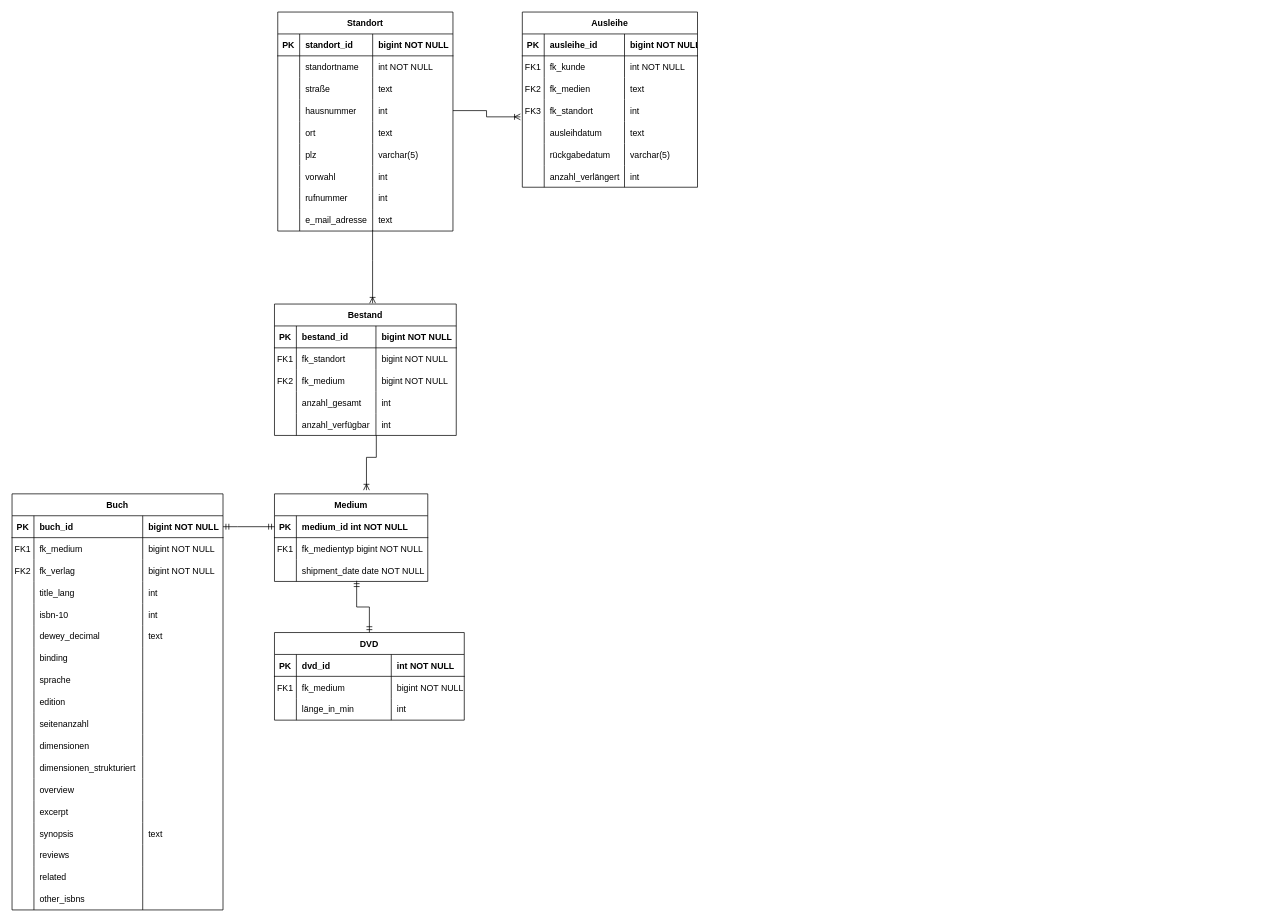
Above: ERM_Bibliotheksverwaltung.drawio in typhooncode-library-administration/1.organization-documentation-wiki (draw.io), before the change. Source tidied: cells renumbered, new cells numbered last; positions are measured from the earlier drawing's top-left corner, leaving out a move shared by most shapes. Both pictures are drawn from the tidied source at 73%, with x=0, y=0 at pixel (12, 12).
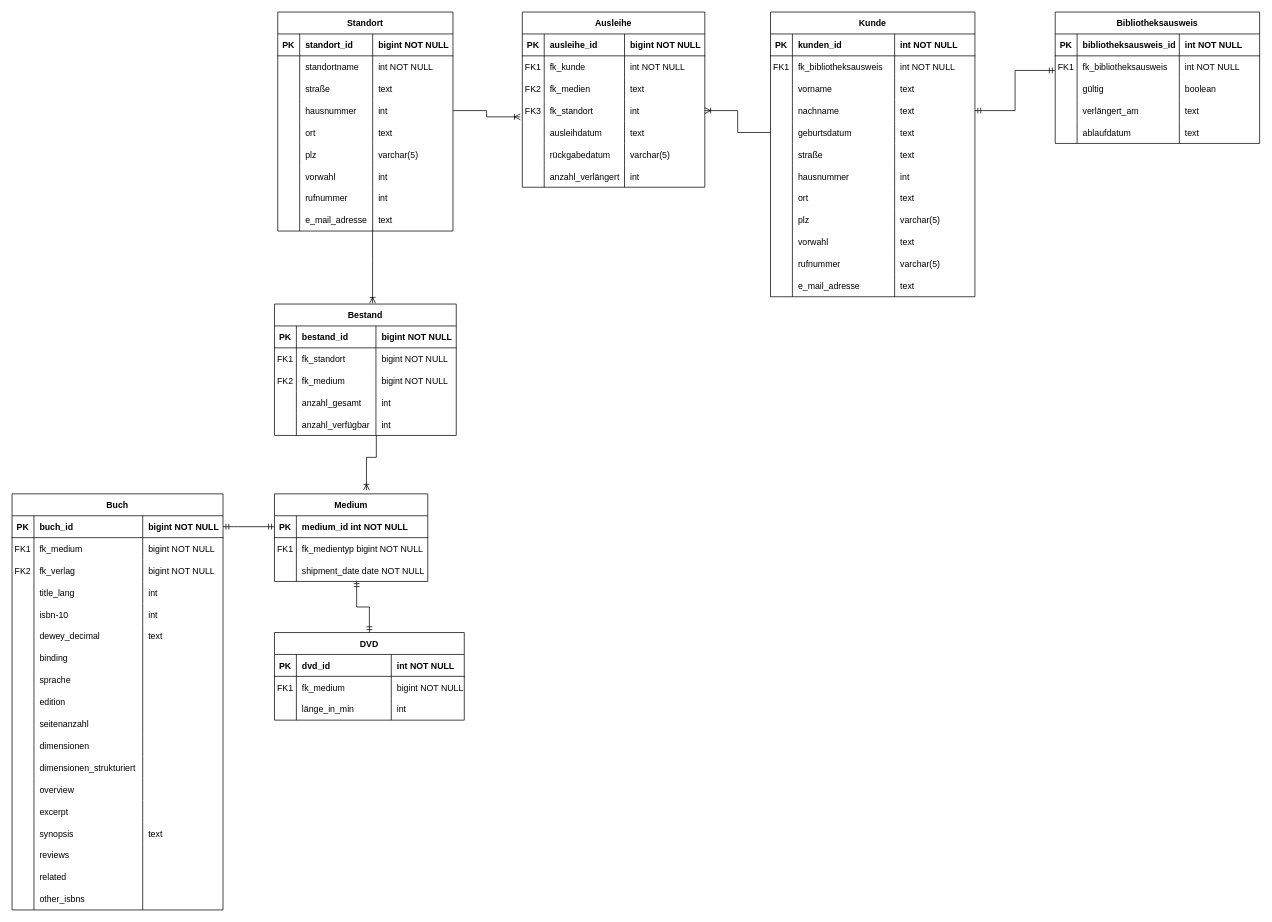
The same diagram, later.

The edit, as a diff of the source:
```diff
@@
     <mxCell id="160" value="Ausleihe" style="shape=table;startSize=30;childLayout=tableLayout;rowLines=0;fontStyle=1;align=center;" parent="1" vertex="1">
-      <mxGeometry x="699" width="240" height="240" as="geometry" />
+      <mxGeometry x="699" width="250" height="240" as="geometry" />
     </mxCell>
     <mxCell id="161" style="shape=partialRectangle;fillColor=none;top=0;left=0;right=0;bottom=1;" parent="160" vertex="1">
-      <mxGeometry y="30" width="240" height="30" as="geometry" />
+      <mxGeometry y="30" width="250" height="30" as="geometry" />
     </mxCell>
@@
     <mxCell id="164" value="bigint NOT NULL" style="shape=partialRectangle;overflow=hidden;fillColor=none;top=0;left=0;bottom=0;right=0;align=left;spacingLeft=6;fontStyle=1;" parent="161" vertex="1">
-      <mxGeometry x="140" width="100" height="30" as="geometry" />
+      <mxGeometry x="140" width="110" height="30" as="geometry" />
     </mxCell>
     <mxCell id="165" style="shape=partialRectangle;fillColor=none;top=0;left=0;right=0;bottom=0;" parent="160" vertex="1">
-      <mxGeometry y="60" width="240" height="30" as="geometry" />
+      <mxGeometry y="60" width="250" height="30" as="geometry" />
     </mxCell>
@@
     <mxCell id="168" value="int NOT NULL" style="shape=partialRectangle;overflow=hidden;fillColor=none;top=0;left=0;bottom=0;right=0;align=left;spacingLeft=6;" parent="165" vertex="1">
-      <mxGeometry x="140" width="100" height="30" as="geometry" />
+      <mxGeometry x="140" width="110" height="30" as="geometry" />
     </mxCell>
     <mxCell id="169" style="shape=partialRectangle;fillColor=none;top=0;left=0;right=0;bottom=0;" parent="160" vertex="1">
-      <mxGeometry y="90" width="240" height="30" as="geometry" />
+      <mxGeometry y="90" width="250" height="30" as="geometry" />
     </mxCell>
@@
     <mxCell id="172" value="text" style="shape=partialRectangle;overflow=hidden;fillColor=none;top=0;left=0;bottom=0;right=0;align=left;spacingLeft=6;" parent="169" vertex="1">
-      <mxGeometry x="140" width="100" height="30" as="geometry" />
+      <mxGeometry x="140" width="110" height="30" as="geometry" />
     </mxCell>
     <mxCell id="173" style="shape=partialRectangle;fillColor=none;points=[[0,0.5],[1,0.5]];portConstraint=eastwest;top=0;left=0;right=0;bottom=0;" parent="160" vertex="1">
-      <mxGeometry y="120" width="240" height="30" as="geometry" />
+      <mxGeometry y="120" width="250" height="30" as="geometry" />
     </mxCell>
@@
     <mxCell id="176" value="int" style="shape=partialRectangle;overflow=hidden;fillColor=none;top=0;left=0;bottom=0;right=0;align=left;spacingLeft=6;" parent="173" vertex="1">
-      <mxGeometry x="140" width="100" height="30" as="geometry" />
+      <mxGeometry x="140" width="110" height="30" as="geometry" />
     </mxCell>
     <mxCell id="177" style="shape=partialRectangle;fillColor=none;top=0;left=0;right=0;bottom=0;" parent="160" vertex="1">
-      <mxGeometry y="150" width="240" height="30" as="geometry" />
+      <mxGeometry y="150" width="250" height="30" as="geometry" />
     </mxCell>
@@
     <mxCell id="180" value="text" style="shape=partialRectangle;overflow=hidden;fillColor=none;top=0;left=0;bottom=0;right=0;align=left;spacingLeft=6;" parent="177" vertex="1">
-      <mxGeometry x="140" width="100" height="30" as="geometry" />
+      <mxGeometry x="140" width="110" height="30" as="geometry" />
     </mxCell>
     <mxCell id="181" style="shape=partialRectangle;fillColor=none;top=0;left=0;right=0;bottom=0;" parent="160" vertex="1">
-      <mxGeometry y="180" width="240" height="30" as="geometry" />
+      <mxGeometry y="180" width="250" height="30" as="geometry" />
     </mxCell>
@@
     <mxCell id="184" value="varchar(5)" style="shape=partialRectangle;overflow=hidden;fillColor=none;top=0;left=0;bottom=0;right=0;align=left;spacingLeft=6;" parent="181" vertex="1">
-      <mxGeometry x="140" width="100" height="30" as="geometry" />
+      <mxGeometry x="140" width="110" height="30" as="geometry" />
     </mxCell>
     <mxCell id="185" style="shape=partialRectangle;fillColor=none;top=0;left=0;right=0;bottom=0;" parent="160" vertex="1">
-      <mxGeometry y="210" width="240" height="30" as="geometry" />
+      <mxGeometry y="210" width="250" height="30" as="geometry" />
     </mxCell>
@@
     <mxCell id="188" value="int" style="shape=partialRectangle;overflow=hidden;fillColor=none;top=0;left=0;bottom=0;right=0;align=left;spacingLeft=6;" parent="185" vertex="1">
-      <mxGeometry x="140" width="100" height="30" as="geometry" />
+      <mxGeometry x="140" width="110" height="30" as="geometry" />
     </mxCell>
@@
+    <mxCell id="190" value="Kunde" style="shape=table;startSize=30;childLayout=tableLayout;rowLines=0;fontStyle=1;align=center;" parent="1" vertex="1">
+      <mxGeometry x="1039" width="280" height="390" as="geometry" />
+    </mxCell>
+    <mxCell id="191" style="shape=partialRectangle;fillColor=none;top=0;left=0;right=0;bottom=1;" parent="190" vertex="1">
+      <mxGeometry y="30" width="280" height="30" as="geometry" />
+    </mxCell>
+    <mxCell id="192" value="PK" style="shape=partialRectangle;overflow=hidden;fillColor=none;top=0;left=0;bottom=0;right=0;fontStyle=1;" parent="191" vertex="1">
+      <mxGeometry width="30" height="30" as="geometry" />
+    </mxCell>
+    <mxCell id="193" value="kunden_id" style="shape=partialRectangle;overflow=hidden;fillColor=none;top=0;left=0;bottom=0;right=0;align=left;spacingLeft=6;fontStyle=1;" parent="191" vertex="1">
+      <mxGeometry x="30" width="140" height="30" as="geometry" />
+    </mxCell>
+    <mxCell id="194" value="int NOT NULL" style="shape=partialRectangle;overflow=hidden;fillColor=none;top=0;left=0;bottom=0;right=0;align=left;spacingLeft=6;fontStyle=1;" parent="191" vertex="1">
+      <mxGeometry x="170" width="110" height="30" as="geometry" />
+    </mxCell>
+    <mxCell id="195" style="shape=partialRectangle;fillColor=none;top=0;left=0;right=0;bottom=0;" parent="190" vertex="1">
+      <mxGeometry y="60" width="280" height="30" as="geometry" />
+    </mxCell>
+    <mxCell id="196" value="FK1" style="shape=partialRectangle;overflow=hidden;fillColor=none;top=0;left=0;bottom=0;right=0;" parent="195" vertex="1">
+      <mxGeometry width="30" height="30" as="geometry" />
+    </mxCell>
+    <mxCell id="197" value="fk_bibliotheksausweis" style="shape=partialRectangle;overflow=hidden;fillColor=none;top=0;left=0;bottom=0;right=0;align=left;spacingLeft=6;" parent="195" vertex="1">
+      <mxGeometry x="30" width="140" height="30" as="geometry" />
+    </mxCell>
+    <mxCell id="198" value="int NOT NULL" style="shape=partialRectangle;overflow=hidden;fillColor=none;top=0;left=0;bottom=0;right=0;align=left;spacingLeft=6;" parent="195" vertex="1">
+      <mxGeometry x="170" width="110" height="30" as="geometry" />
+    </mxCell>
+    <mxCell id="199" style="shape=partialRectangle;fillColor=none;top=0;left=0;right=0;bottom=0;" parent="190" vertex="1">
+      <mxGeometry y="90" width="280" height="30" as="geometry" />
+    </mxCell>
+    <mxCell id="200" style="shape=partialRectangle;overflow=hidden;fillColor=none;top=0;left=0;bottom=0;right=0;" parent="199" vertex="1">
+      <mxGeometry width="30" height="30" as="geometry" />
+    </mxCell>
+    <mxCell id="201" value="vorname" style="shape=partialRectangle;overflow=hidden;fillColor=none;top=0;left=0;bottom=0;right=0;align=left;spacingLeft=6;" parent="199" vertex="1">
+      <mxGeometry x="30" width="140" height="30" as="geometry" />
+    </mxCell>
+    <mxCell id="202" value="text" style="shape=partialRectangle;overflow=hidden;fillColor=none;top=0;left=0;bottom=0;right=0;align=left;spacingLeft=6;" parent="199" vertex="1">
+      <mxGeometry x="170" width="110" height="30" as="geometry" />
+    </mxCell>
+    <mxCell id="203" style="shape=partialRectangle;fillColor=none;points=[[0,0.5],[1,0.5]];portConstraint=eastwest;top=0;left=0;right=0;bottom=0;" parent="190" vertex="1">
+      <mxGeometry y="120" width="280" height="30" as="geometry" />
+    </mxCell>
+    <mxCell id="204" style="shape=partialRectangle;overflow=hidden;fillColor=none;top=0;left=0;bottom=0;right=0;" parent="203" vertex="1">
+      <mxGeometry width="30" height="30" as="geometry" />
+    </mxCell>
+    <mxCell id="205" value="nachname" style="shape=partialRectangle;overflow=hidden;fillColor=none;top=0;left=0;bottom=0;right=0;align=left;spacingLeft=6;" parent="203" vertex="1">
+      <mxGeometry x="30" width="140" height="30" as="geometry" />
+    </mxCell>
+    <mxCell id="206" value="text" style="shape=partialRectangle;overflow=hidden;fillColor=none;top=0;left=0;bottom=0;right=0;align=left;spacingLeft=6;" parent="203" vertex="1">
+      <mxGeometry x="170" width="110" height="30" as="geometry" />
+    </mxCell>
+    <mxCell id="207" style="shape=partialRectangle;fillColor=none;points=[[0,0.5],[1,0.5]];portConstraint=eastwest;top=0;left=0;right=0;bottom=0;" parent="190" vertex="1">
+      <mxGeometry y="150" width="280" height="30" as="geometry" />
+    </mxCell>
+    <mxCell id="208" style="shape=partialRectangle;overflow=hidden;fillColor=none;top=0;left=0;bottom=0;right=0;" parent="207" vertex="1">
+      <mxGeometry width="30" height="30" as="geometry" />
+    </mxCell>
+    <mxCell id="209" value="geburtsdatum" style="shape=partialRectangle;overflow=hidden;fillColor=none;top=0;left=0;bottom=0;right=0;align=left;spacingLeft=6;" parent="207" vertex="1">
+      <mxGeometry x="30" width="140" height="30" as="geometry" />
+    </mxCell>
+    <mxCell id="210" value="text" style="shape=partialRectangle;overflow=hidden;fillColor=none;top=0;left=0;bottom=0;right=0;align=left;spacingLeft=6;" parent="207" vertex="1">
+      <mxGeometry x="170" width="110" height="30" as="geometry" />
+    </mxCell>
+    <mxCell id="211" style="shape=partialRectangle;fillColor=none;top=0;left=0;right=0;bottom=0;" parent="190" vertex="1">
+      <mxGeometry y="180" width="280" height="30" as="geometry" />
+    </mxCell>
+    <mxCell id="212" style="shape=partialRectangle;overflow=hidden;fillColor=none;top=0;left=0;bottom=0;right=0;" parent="211" vertex="1">
+      <mxGeometry width="30" height="30" as="geometry" />
+    </mxCell>
+    <mxCell id="213" value="straße" style="shape=partialRectangle;overflow=hidden;fillColor=none;top=0;left=0;bottom=0;right=0;align=left;spacingLeft=6;" parent="211" vertex="1">
+      <mxGeometry x="30" width="140" height="30" as="geometry" />
+    </mxCell>
+    <mxCell id="214" value="text" style="shape=partialRectangle;overflow=hidden;fillColor=none;top=0;left=0;bottom=0;right=0;align=left;spacingLeft=6;" parent="211" vertex="1">
+      <mxGeometry x="170" width="110" height="30" as="geometry" />
+    </mxCell>
+    <mxCell id="215" style="shape=partialRectangle;fillColor=none;top=0;left=0;right=0;bottom=0;" parent="190" vertex="1">
+      <mxGeometry y="210" width="280" height="30" as="geometry" />
+    </mxCell>
+    <mxCell id="216" style="shape=partialRectangle;overflow=hidden;fillColor=none;top=0;left=0;bottom=0;right=0;" parent="215" vertex="1">
+      <mxGeometry width="30" height="30" as="geometry" />
+    </mxCell>
+    <mxCell id="217" value="hausnummer" style="shape=partialRectangle;overflow=hidden;fillColor=none;top=0;left=0;bottom=0;right=0;align=left;spacingLeft=6;" parent="215" vertex="1">
+      <mxGeometry x="30" width="140" height="30" as="geometry" />
+    </mxCell>
+    <mxCell id="218" value="int" style="shape=partialRectangle;overflow=hidden;fillColor=none;top=0;left=0;bottom=0;right=0;align=left;spacingLeft=6;" parent="215" vertex="1">
+      <mxGeometry x="170" width="110" height="30" as="geometry" />
+    </mxCell>
+    <mxCell id="219" style="shape=partialRectangle;fillColor=none;top=0;left=0;right=0;bottom=0;" parent="190" vertex="1">
+      <mxGeometry y="240" width="280" height="30" as="geometry" />
+    </mxCell>
+    <mxCell id="220" style="shape=partialRectangle;overflow=hidden;fillColor=none;top=0;left=0;bottom=0;right=0;" parent="219" vertex="1">
+      <mxGeometry width="30" height="30" as="geometry" />
+    </mxCell>
+    <mxCell id="221" value="ort" style="shape=partialRectangle;overflow=hidden;fillColor=none;top=0;left=0;bottom=0;right=0;align=left;spacingLeft=6;" parent="219" vertex="1">
+      <mxGeometry x="30" width="140" height="30" as="geometry" />
+    </mxCell>
+    <mxCell id="222" value="text" style="shape=partialRectangle;overflow=hidden;fillColor=none;top=0;left=0;bottom=0;right=0;align=left;spacingLeft=6;" parent="219" vertex="1">
+      <mxGeometry x="170" width="110" height="30" as="geometry" />
+    </mxCell>
+    <mxCell id="223" style="shape=partialRectangle;fillColor=none;top=0;left=0;right=0;bottom=0;" parent="190" vertex="1">
+      <mxGeometry y="270" width="280" height="30" as="geometry" />
+    </mxCell>
+    <mxCell id="224" style="shape=partialRectangle;overflow=hidden;fillColor=none;top=0;left=0;bottom=0;right=0;" parent="223" vertex="1">
+      <mxGeometry width="30" height="30" as="geometry" />
+    </mxCell>
+    <mxCell id="225" value="plz" style="shape=partialRectangle;overflow=hidden;fillColor=none;top=0;left=0;bottom=0;right=0;align=left;spacingLeft=6;" parent="223" vertex="1">
+      <mxGeometry x="30" width="140" height="30" as="geometry" />
+    </mxCell>
+    <mxCell id="226" value="varchar(5)" style="shape=partialRectangle;overflow=hidden;fillColor=none;top=0;left=0;bottom=0;right=0;align=left;spacingLeft=6;" parent="223" vertex="1">
+      <mxGeometry x="170" width="110" height="30" as="geometry" />
+    </mxCell>
+    <mxCell id="227" style="shape=partialRectangle;fillColor=none;top=0;left=0;right=0;bottom=0;" parent="190" vertex="1">
+      <mxGeometry y="300" width="280" height="30" as="geometry" />
+    </mxCell>
+    <mxCell id="228" style="shape=partialRectangle;overflow=hidden;fillColor=none;top=0;left=0;bottom=0;right=0;" parent="227" vertex="1">
+      <mxGeometry width="30" height="30" as="geometry" />
+    </mxCell>
+    <mxCell id="229" value="vorwahl" style="shape=partialRectangle;overflow=hidden;fillColor=none;top=0;left=0;bottom=0;right=0;align=left;spacingLeft=6;" parent="227" vertex="1">
+      <mxGeometry x="30" width="140" height="30" as="geometry" />
+    </mxCell>
+    <mxCell id="230" value="text" style="shape=partialRectangle;overflow=hidden;fillColor=none;top=0;left=0;bottom=0;right=0;align=left;spacingLeft=6;" parent="227" vertex="1">
+      <mxGeometry x="170" width="110" height="30" as="geometry" />
+    </mxCell>
+    <mxCell id="231" style="shape=partialRectangle;fillColor=none;top=0;left=0;right=0;bottom=0;" parent="190" vertex="1">
+      <mxGeometry y="330" width="280" height="30" as="geometry" />
+    </mxCell>
+    <mxCell id="232" style="shape=partialRectangle;overflow=hidden;fillColor=none;top=0;left=0;bottom=0;right=0;" parent="231" vertex="1">
+      <mxGeometry width="30" height="30" as="geometry" />
+    </mxCell>
+    <mxCell id="233" value="rufnummer" style="shape=partialRectangle;overflow=hidden;fillColor=none;top=0;left=0;bottom=0;right=0;align=left;spacingLeft=6;" parent="231" vertex="1">
+      <mxGeometry x="30" width="140" height="30" as="geometry" />
+    </mxCell>
+    <mxCell id="234" value="varchar(5)" style="shape=partialRectangle;overflow=hidden;fillColor=none;top=0;left=0;bottom=0;right=0;align=left;spacingLeft=6;" parent="231" vertex="1">
+      <mxGeometry x="170" width="110" height="30" as="geometry" />
+    </mxCell>
+    <mxCell id="235" style="shape=partialRectangle;fillColor=none;top=0;left=0;right=0;bottom=0;" parent="190" vertex="1">
+      <mxGeometry y="360" width="280" height="30" as="geometry" />
+    </mxCell>
+    <mxCell id="236" style="shape=partialRectangle;overflow=hidden;fillColor=none;top=0;left=0;bottom=0;right=0;" parent="235" vertex="1">
+      <mxGeometry width="30" height="30" as="geometry" />
+    </mxCell>
+    <mxCell id="237" value="e_mail_adresse" style="shape=partialRectangle;overflow=hidden;fillColor=none;top=0;left=0;bottom=0;right=0;align=left;spacingLeft=6;" parent="235" vertex="1">
+      <mxGeometry x="30" width="140" height="30" as="geometry" />
+    </mxCell>
+    <mxCell id="238" value="text" style="shape=partialRectangle;overflow=hidden;fillColor=none;top=0;left=0;bottom=0;right=0;align=left;spacingLeft=6;" parent="235" vertex="1">
+      <mxGeometry x="170" width="110" height="30" as="geometry" />
+    </mxCell>
+    <mxCell id="239" style="edgeStyle=elbowEdgeStyle;fontSize=12;html=1;endArrow=none;rounded=0;exitX=1;exitY=0.5;exitDx=0;exitDy=0;startArrow=ERoneToMany;startFill=0;endFill=0;" parent="1" edge="1" source="173" target="207">
+      <mxGeometry relative="1" as="geometry" />
+    </mxCell>
+    <mxCell id="240" value="Bibliotheksausweis" style="shape=table;startSize=30;childLayout=tableLayout;rowLines=0;fontStyle=1;align=center;" parent="1" vertex="1">
+      <mxGeometry x="1429" width="280" height="180" as="geometry" />
+    </mxCell>
+    <mxCell id="241" style="shape=partialRectangle;fillColor=none;top=0;left=0;right=0;bottom=1;" parent="240" vertex="1">
+      <mxGeometry y="30" width="280" height="30" as="geometry" />
+    </mxCell>
+    <mxCell id="242" value="PK" style="shape=partialRectangle;overflow=hidden;fillColor=none;top=0;left=0;bottom=0;right=0;fontStyle=1;" parent="241" vertex="1">
+      <mxGeometry width="30" height="30" as="geometry" />
+    </mxCell>
+    <mxCell id="243" value="bibliotheksausweis_id" style="shape=partialRectangle;overflow=hidden;fillColor=none;top=0;left=0;bottom=0;right=0;align=left;spacingLeft=6;fontStyle=1;" parent="241" vertex="1">
+      <mxGeometry x="30" width="140" height="30" as="geometry" />
+    </mxCell>
+    <mxCell id="244" value="int NOT NULL" style="shape=partialRectangle;overflow=hidden;fillColor=none;top=0;left=0;bottom=0;right=0;align=left;spacingLeft=6;fontStyle=1;" parent="241" vertex="1">
+      <mxGeometry x="170" width="110" height="30" as="geometry" />
+    </mxCell>
+    <mxCell id="245" style="shape=partialRectangle;fillColor=none;top=0;left=0;right=0;bottom=0;" parent="240" vertex="1">
+      <mxGeometry y="60" width="280" height="30" as="geometry" />
+    </mxCell>
+    <mxCell id="246" value="FK1" style="shape=partialRectangle;overflow=hidden;fillColor=none;top=0;left=0;bottom=0;right=0;" parent="245" vertex="1">
+      <mxGeometry width="30" height="30" as="geometry" />
+    </mxCell>
+    <mxCell id="247" value="fk_bibliotheksausweis" style="shape=partialRectangle;overflow=hidden;fillColor=none;top=0;left=0;bottom=0;right=0;align=left;spacingLeft=6;" parent="245" vertex="1">
+      <mxGeometry x="30" width="140" height="30" as="geometry" />
+    </mxCell>
+    <mxCell id="248" value="int NOT NULL" style="shape=partialRectangle;overflow=hidden;fillColor=none;top=0;left=0;bottom=0;right=0;align=left;spacingLeft=6;" parent="245" vertex="1">
+      <mxGeometry x="170" width="110" height="30" as="geometry" />
+    </mxCell>
+    <mxCell id="249" style="shape=partialRectangle;fillColor=none;top=0;left=0;right=0;bottom=0;" parent="240" vertex="1">
+      <mxGeometry y="90" width="280" height="30" as="geometry" />
+    </mxCell>
+    <mxCell id="250" style="shape=partialRectangle;overflow=hidden;fillColor=none;top=0;left=0;bottom=0;right=0;" parent="249" vertex="1">
+      <mxGeometry width="30" height="30" as="geometry" />
+    </mxCell>
+    <mxCell id="251" value="gültig" style="shape=partialRectangle;overflow=hidden;fillColor=none;top=0;left=0;bottom=0;right=0;align=left;spacingLeft=6;" parent="249" vertex="1">
+      <mxGeometry x="30" width="140" height="30" as="geometry" />
+    </mxCell>
+    <mxCell id="252" value="boolean" style="shape=partialRectangle;overflow=hidden;fillColor=none;top=0;left=0;bottom=0;right=0;align=left;spacingLeft=6;" parent="249" vertex="1">
+      <mxGeometry x="170" width="110" height="30" as="geometry" />
+    </mxCell>
+    <mxCell id="253" style="shape=partialRectangle;fillColor=none;top=0;left=0;right=0;bottom=0;" parent="240" vertex="1">
+      <mxGeometry y="120" width="280" height="30" as="geometry" />
+    </mxCell>
+    <mxCell id="254" style="shape=partialRectangle;overflow=hidden;fillColor=none;top=0;left=0;bottom=0;right=0;" parent="253" vertex="1">
+      <mxGeometry width="30" height="30" as="geometry" />
+    </mxCell>
+    <mxCell id="255" value="verlängert_am" style="shape=partialRectangle;overflow=hidden;fillColor=none;top=0;left=0;bottom=0;right=0;align=left;spacingLeft=6;" parent="253" vertex="1">
+      <mxGeometry x="30" width="140" height="30" as="geometry" />
+    </mxCell>
+    <mxCell id="256" value="text" style="shape=partialRectangle;overflow=hidden;fillColor=none;top=0;left=0;bottom=0;right=0;align=left;spacingLeft=6;" parent="253" vertex="1">
+      <mxGeometry x="170" width="110" height="30" as="geometry" />
+    </mxCell>
+    <mxCell id="257" style="shape=partialRectangle;fillColor=none;top=0;left=0;right=0;bottom=0;" parent="240" vertex="1">
+      <mxGeometry y="150" width="280" height="30" as="geometry" />
+    </mxCell>
+    <mxCell id="258" style="shape=partialRectangle;overflow=hidden;fillColor=none;top=0;left=0;bottom=0;right=0;" parent="257" vertex="1">
+      <mxGeometry width="30" height="30" as="geometry" />
+    </mxCell>
+    <mxCell id="259" value="ablaufdatum" style="shape=partialRectangle;overflow=hidden;fillColor=none;top=0;left=0;bottom=0;right=0;align=left;spacingLeft=6;" parent="257" vertex="1">
+      <mxGeometry x="30" width="140" height="30" as="geometry" />
+    </mxCell>
+    <mxCell id="260" value="text" style="shape=partialRectangle;overflow=hidden;fillColor=none;top=0;left=0;bottom=0;right=0;align=left;spacingLeft=6;" parent="257" vertex="1">
+      <mxGeometry x="170" width="110" height="30" as="geometry" />
+    </mxCell>
+    <mxCell id="261" style="edgeStyle=elbowEdgeStyle;fontSize=12;html=1;endArrow=ERmandOne;startArrow=ERmandOne;rounded=0;exitX=1;exitY=0.5;exitDx=0;exitDy=0;" parent="1" edge="1" source="203">
+      <mxGeometry relative="1" as="geometry">
+        <mxPoint x="1429" y="80" as="targetPoint" />
+      </mxGeometry>
+    </mxCell>
```
